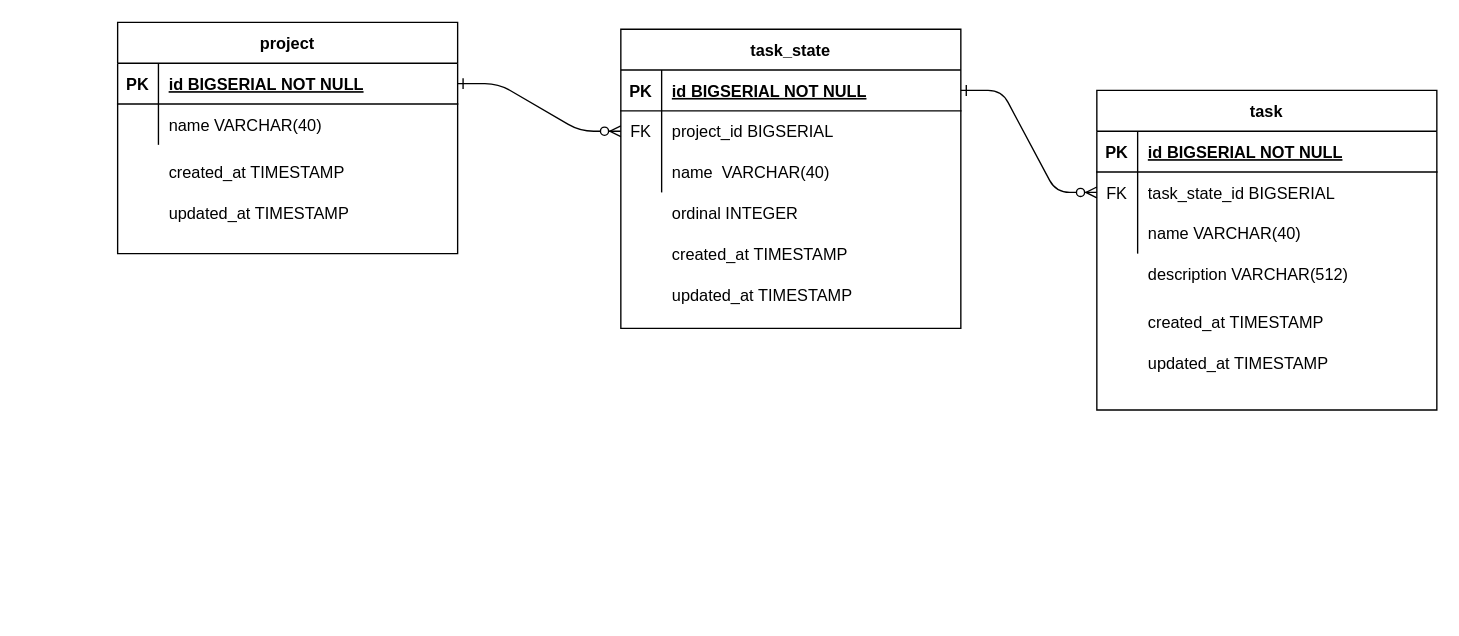
The draw.io diagram er-diagram.drawio in varaticalexandru/task-tracker-api, before the edit. Source tidied: cells renumbered, new cells numbered last; positions are measured from the earlier drawing's top-left corner, leaving out a move shared by most shapes. Both pictures are drawn from the tidied source at 136%, with x=0, y=0 at pixel (117, 22).
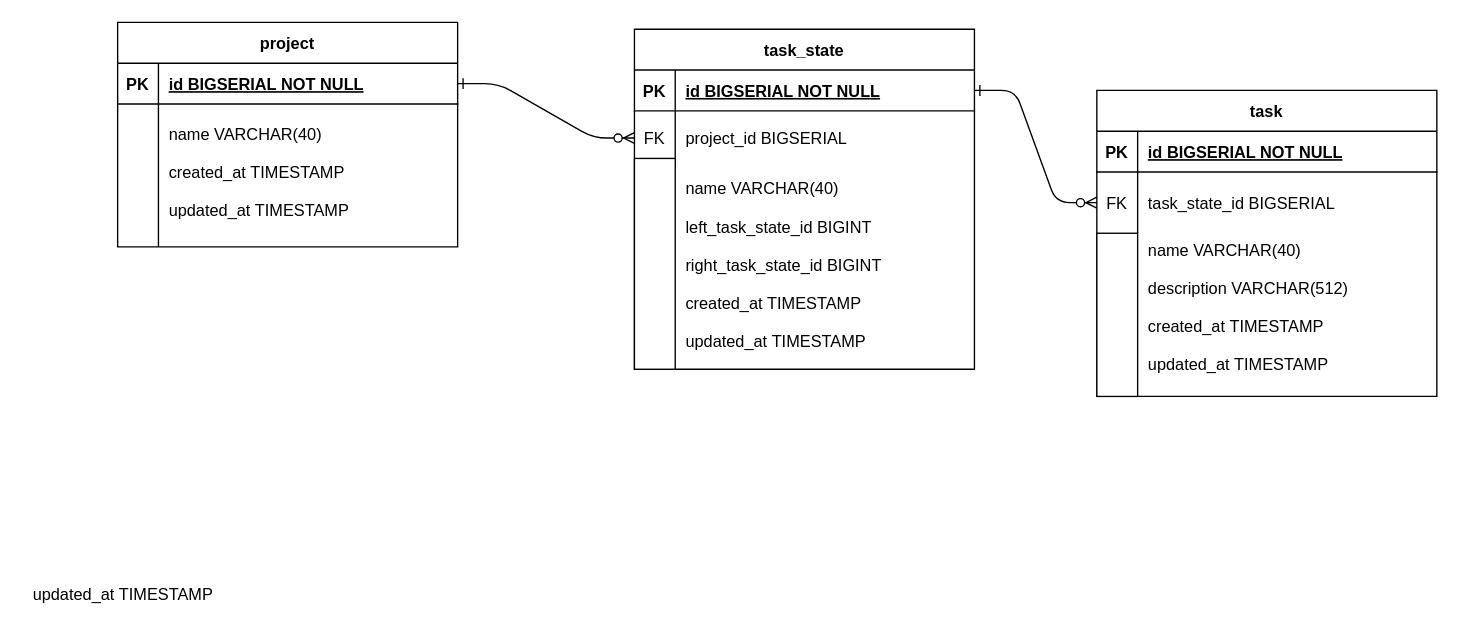
The same page after the edit.

Commit message (it also covers changes not shown here):
upd diagrams

What changed in the source:
```diff
@@
     <mxCell id="4" value="task_state" style="shape=table;startSize=30;childLayout=tableLayout;rowLines=0;fontStyle=1;align=center;" parent="1" vertex="1">
-      <mxGeometry x="370" y="5" width="250" height="220" as="geometry" />
+      <mxGeometry x="380" y="5" width="250" height="250" as="geometry" />
     </mxCell>
@@
     <mxCell id="8" style="shape=partialRectangle;fillColor=none;points=[[0,0.5],[1,0.5]];portConstraint=eastwest;top=0;left=0;right=0;bottom=0;" parent="4" vertex="1">
-      <mxGeometry y="60" width="250" height="30" as="geometry" />
+      <mxGeometry y="60" width="250" height="40" as="geometry" />
     </mxCell>
     <mxCell id="9" value="FK" style="shape=partialRectangle;overflow=hidden;fillColor=none;top=0;left=0;bottom=0;right=0;" parent="8" vertex="1">
-      <mxGeometry width="30" height="30" as="geometry" />
+      <mxGeometry width="30" height="40" as="geometry" />
     </mxCell>
     <mxCell id="10" value="project_id BIGSERIAL" style="shape=partialRectangle;overflow=hidden;fillColor=none;top=0;left=0;bottom=0;right=0;align=left;spacingLeft=6;" parent="8" vertex="1">
-      <mxGeometry x="30" width="220" height="30" as="geometry" />
+      <mxGeometry x="30" width="220" height="40" as="geometry" />
     </mxCell>
-    <mxCell id="11" style="shape=partialRectangle;fillColor=none;top=0;left=0;right=0;bottom=0;" parent="4" vertex="1">
-      <mxGeometry y="90" width="250" height="30" as="geometry" />
-    </mxCell>
-    <mxCell id="12" style="shape=partialRectangle;overflow=hidden;fillColor=none;top=0;left=0;bottom=0;right=0;" parent="11" vertex="1">
-      <mxGeometry width="30" height="30" as="geometry" />
-    </mxCell>
-    <mxCell id="13" value="name  VARCHAR(40)" style="shape=partialRectangle;overflow=hidden;fillColor=none;top=0;left=0;bottom=0;right=0;align=left;spacingLeft=6;" parent="11" vertex="1">
-      <mxGeometry x="30" width="220" height="30" as="geometry" />
-    </mxCell>
     <mxCell id="14" value="task" style="shape=table;startSize=30;childLayout=tableLayout;rowLines=0;fontStyle=1;align=center;" parent="1" vertex="1">
-      <mxGeometry x="720" y="50" width="250" height="235" as="geometry" />
+      <mxGeometry x="720" y="50" width="250" height="225" as="geometry" />
     </mxCell>
@@
     <mxCell id="18" style="shape=partialRectangle;fillColor=none;points=[[0,0.5],[1,0.5]];portConstraint=eastwest;top=0;left=0;right=0;bottom=0;" parent="14" vertex="1">
-      <mxGeometry y="60" width="250" height="30" as="geometry" />
+      <mxGeometry y="60" width="250" height="45" as="geometry" />
     </mxCell>
     <mxCell id="19" value="FK" style="shape=partialRectangle;overflow=hidden;fillColor=none;top=0;left=0;bottom=0;right=0;" parent="18" vertex="1">
-      <mxGeometry width="30" height="30" as="geometry" />
+      <mxGeometry width="30" height="45" as="geometry" />
     </mxCell>
     <mxCell id="20" value="task_state_id BIGSERIAL" style="shape=partialRectangle;overflow=hidden;fillColor=none;top=0;left=0;bottom=0;right=0;align=left;spacingLeft=6;" parent="18" vertex="1">
-      <mxGeometry x="30" width="220" height="30" as="geometry" />
+      <mxGeometry x="30" width="220" height="45" as="geometry" />
     </mxCell>
-    <mxCell id="21" style="shape=partialRectangle;fillColor=none;top=0;left=0;right=0;bottom=0;" parent="14" vertex="1">
-      <mxGeometry y="90" width="250" height="30" as="geometry" />
-    </mxCell>
-    <mxCell id="22" style="shape=partialRectangle;overflow=hidden;fillColor=none;top=0;left=0;bottom=0;right=0;" parent="21" vertex="1">
-      <mxGeometry width="30" height="30" as="geometry" />
-    </mxCell>
-    <mxCell id="23" value="name VARCHAR(40)" style="shape=partialRectangle;overflow=hidden;fillColor=none;top=0;left=0;bottom=0;right=0;align=left;spacingLeft=6;" parent="21" vertex="1">
-      <mxGeometry x="30" width="220" height="30" as="geometry" />
-    </mxCell>
     <mxCell id="24" value="project" style="shape=table;startSize=30;childLayout=tableLayout;rowLines=0;fontStyle=1;align=center;" parent="1" vertex="1">
-      <mxGeometry width="250" height="170" as="geometry" />
+      <mxGeometry width="250" height="165" as="geometry" />
     </mxCell>
@@
     <mxCell id="28" style="shape=partialRectangle;fillColor=none;top=0;left=0;right=0;bottom=0;" parent="24" vertex="1">
-      <mxGeometry y="60" width="250" height="30" as="geometry" />
+      <mxGeometry y="60" width="250" height="105" as="geometry" />
     </mxCell>
     <mxCell id="29" style="shape=partialRectangle;overflow=hidden;fillColor=none;top=0;left=0;bottom=0;right=0;" parent="28" vertex="1">
-      <mxGeometry width="30" height="30" as="geometry" />
+      <mxGeometry width="30" height="105" as="geometry" />
     </mxCell>
-    <mxCell id="30" value="name VARCHAR(40)" style="shape=partialRectangle;overflow=hidden;fillColor=none;top=0;left=0;bottom=0;right=0;align=left;spacingLeft=6;" parent="28" vertex="1">
-      <mxGeometry x="30" width="220" height="30" as="geometry" />
+    <mxCell id="30" value="&#10;name VARCHAR(40)&#10;&#10;created_at TIMESTAMP&#10;&#10;updated_at TIMESTAMP&#10;&#10;" style="shape=partialRectangle;overflow=hidden;fillColor=none;top=0;left=0;bottom=0;right=0;align=left;spacingLeft=6;" parent="28" vertex="1">
+      <mxGeometry x="30" width="220" height="105" as="geometry" />
     </mxCell>
-    <mxCell id="31" value="created_at TIMESTAMP" style="shape=partialRectangle;overflow=hidden;fillColor=none;top=0;left=0;bottom=0;right=0;align=left;spacingLeft=6;" parent="1" vertex="1">
-      <mxGeometry x="30" y="95" width="220" height="30" as="geometry" />
-    </mxCell>
     <mxCell id="32" value="updated_at TIMESTAMP" style="shape=partialRectangle;overflow=hidden;fillColor=none;top=0;left=0;bottom=0;right=0;align=left;spacingLeft=6;" parent="1" vertex="1">
-      <mxGeometry x="30" y="125" width="220" height="30" as="geometry" />
+      <mxGeometry x="-70" y="405" width="220" height="30" as="geometry" />
     </mxCell>
-    <mxCell id="33" value="ordinal INTEGER" style="shape=partialRectangle;overflow=hidden;fillColor=none;top=0;left=0;bottom=0;right=0;align=left;spacingLeft=6;" parent="1" vertex="1">
-      <mxGeometry x="400" y="125" width="220" height="30" as="geometry" />
-    </mxCell>
-    <mxCell id="34" value="created_at TIMESTAMP" style="shape=partialRectangle;overflow=hidden;fillColor=none;top=0;left=0;bottom=0;right=0;align=left;spacingLeft=6;" parent="1" vertex="1">
-      <mxGeometry x="400" y="155" width="220" height="30" as="geometry" />
-    </mxCell>
-    <mxCell id="35" value="updated_at TIMESTAMP" style="shape=partialRectangle;overflow=hidden;fillColor=none;top=0;left=0;bottom=0;right=0;align=left;spacingLeft=6;" parent="1" vertex="1">
-      <mxGeometry x="400" y="185" width="220" height="30" as="geometry" />
-    </mxCell>
-    <mxCell id="36" value="description VARCHAR(512)" style="shape=partialRectangle;overflow=hidden;fillColor=none;top=0;left=0;bottom=0;right=0;align=left;spacingLeft=6;" parent="1" vertex="1">
-      <mxGeometry x="750" y="170" width="220" height="30" as="geometry" />
-    </mxCell>
-    <mxCell id="37" value="created_at TIMESTAMP" style="shape=partialRectangle;overflow=hidden;fillColor=none;top=0;left=0;bottom=0;right=0;align=left;spacingLeft=6;" parent="1" vertex="1">
-      <mxGeometry x="750" y="205" width="220" height="30" as="geometry" />
-    </mxCell>
-    <mxCell id="38" value="updated_at TIMESTAMP" style="shape=partialRectangle;overflow=hidden;fillColor=none;top=0;left=0;bottom=0;right=0;align=left;spacingLeft=6;" parent="1" vertex="1">
-      <mxGeometry x="750" y="235" width="220" height="30" as="geometry" />
-    </mxCell>
+    <mxCell id="39" value="&#10;name VARCHAR(40)&#10;&#10;left_task_state_id BIGINT&#10;&#10;right_task_state_id BIGINT&#10;&#10;created_at TIMESTAMP&#10;&#10;updated_at TIMESTAMP&#10;&#10;" style="shape=partialRectangle;overflow=hidden;fillColor=none;top=0;left=0;bottom=0;right=0;align=left;spacingLeft=6;" parent="1" vertex="1">
+      <mxGeometry x="410" y="100" width="220" height="150" as="geometry" />
+    </mxCell>
+    <mxCell id="40" style="rounded=0;whiteSpace=wrap;html=1;" parent="1" vertex="1">
+      <mxGeometry x="380" y="100" width="30" height="155" as="geometry" />
+    </mxCell>
+    <mxCell id="41" value="&#10;name VARCHAR(40)&#10;&#10;description VARCHAR(512)&#10;&#10;created_at TIMESTAMP&#10;&#10;updated_at TIMESTAMP&#10;&#10;" style="shape=partialRectangle;overflow=hidden;fillColor=none;top=0;left=0;bottom=0;right=0;align=left;spacingLeft=6;" parent="1" vertex="1">
+      <mxGeometry x="750" y="145" width="210" height="115" as="geometry" />
+    </mxCell>
+    <mxCell id="42" style="rounded=0;whiteSpace=wrap;html=1;" parent="1" vertex="1">
+      <mxGeometry x="720" y="155" width="30" height="120" as="geometry" />
+    </mxCell>
```
